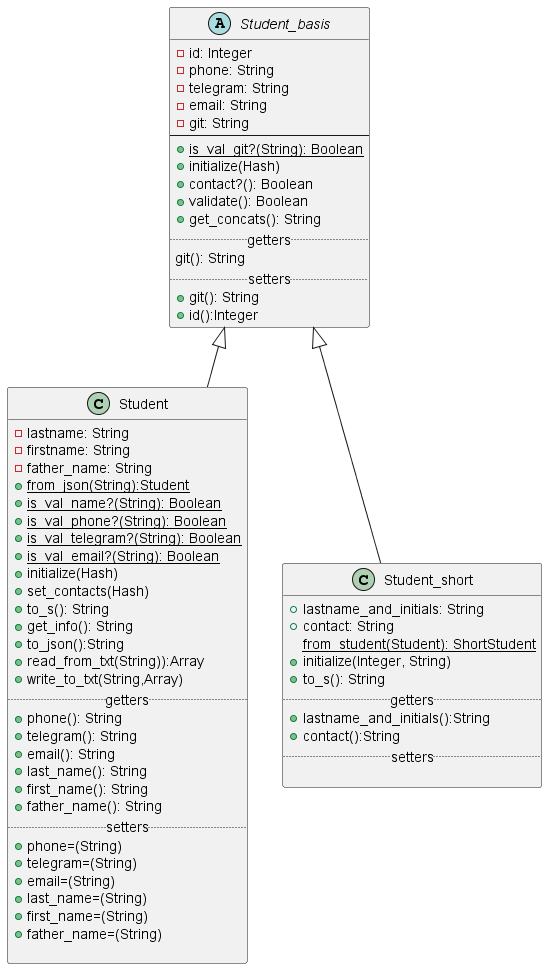
Before: lab2/student_diagrams.png, a diagram exported from PlantUML (ColdEiler/pattern).
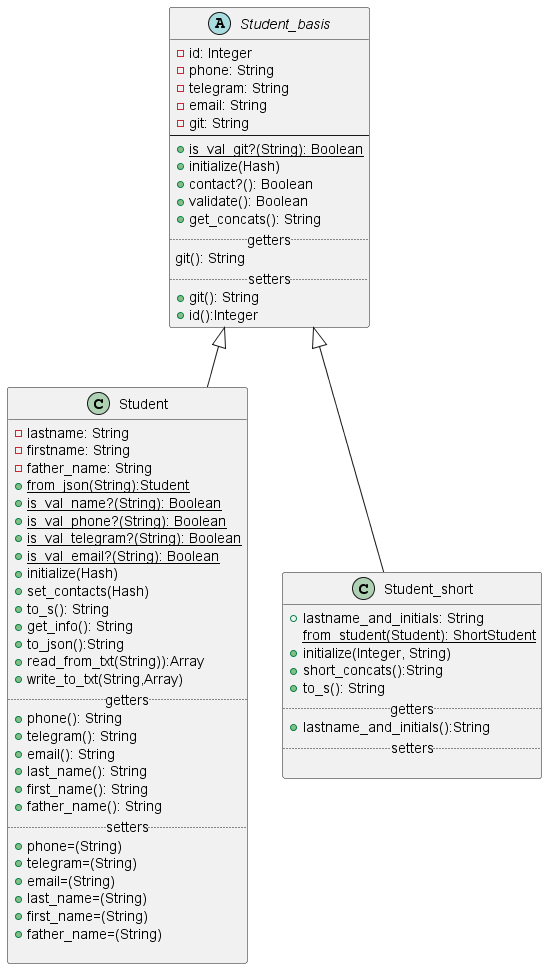
Above is the later version.

Commit message:
Иcправление student_short - без поля concat

The edit, as a diff of the source:
```diff
@@ -54,13 +54,12 @@
 
 class Student_short extends Student_basis{
      +lastname_and_initials: String
-     +contact: String
      {static}from_student(Student): ShortStudent
      +initialize(Integer, String)
+     +short_concats():String
      +to_s(): String
      .. getters ..
      +lastname_and_initials():String
-     +contact():String
      .. setters ..
 
 }
```
